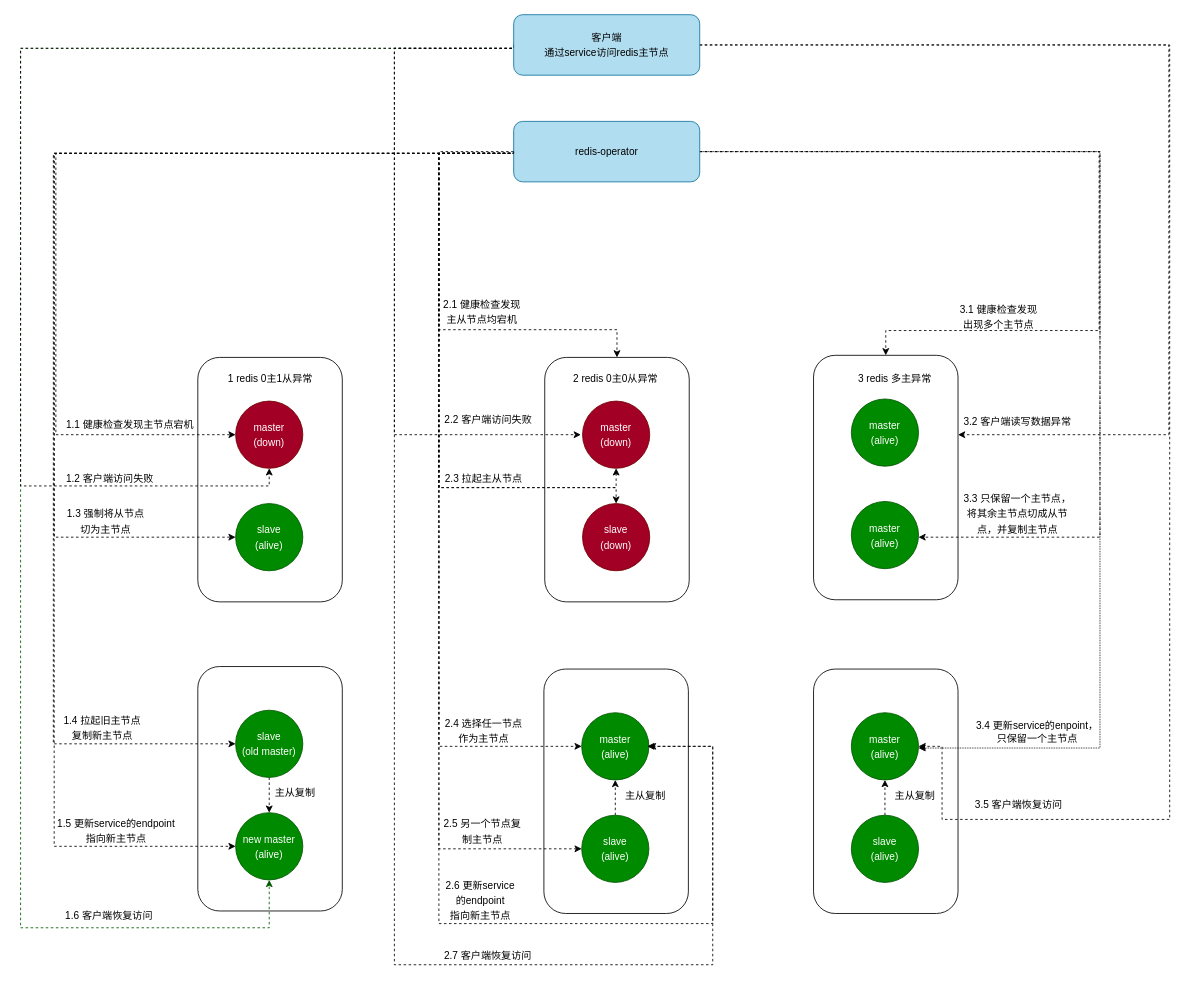
This is diagrams/redis主从版多主0主异常.drawio from fengyinqiao/cloudimg, a draw.io file, before an edit. Source tidied: cells renumbered, new cells numbered last; positions are measured from the earlier drawing's top-left corner, leaving out a move shared by most shapes. Both pictures are drawn from the tidied source at 84%, with x=0, y=0 at pixel (20, 14).
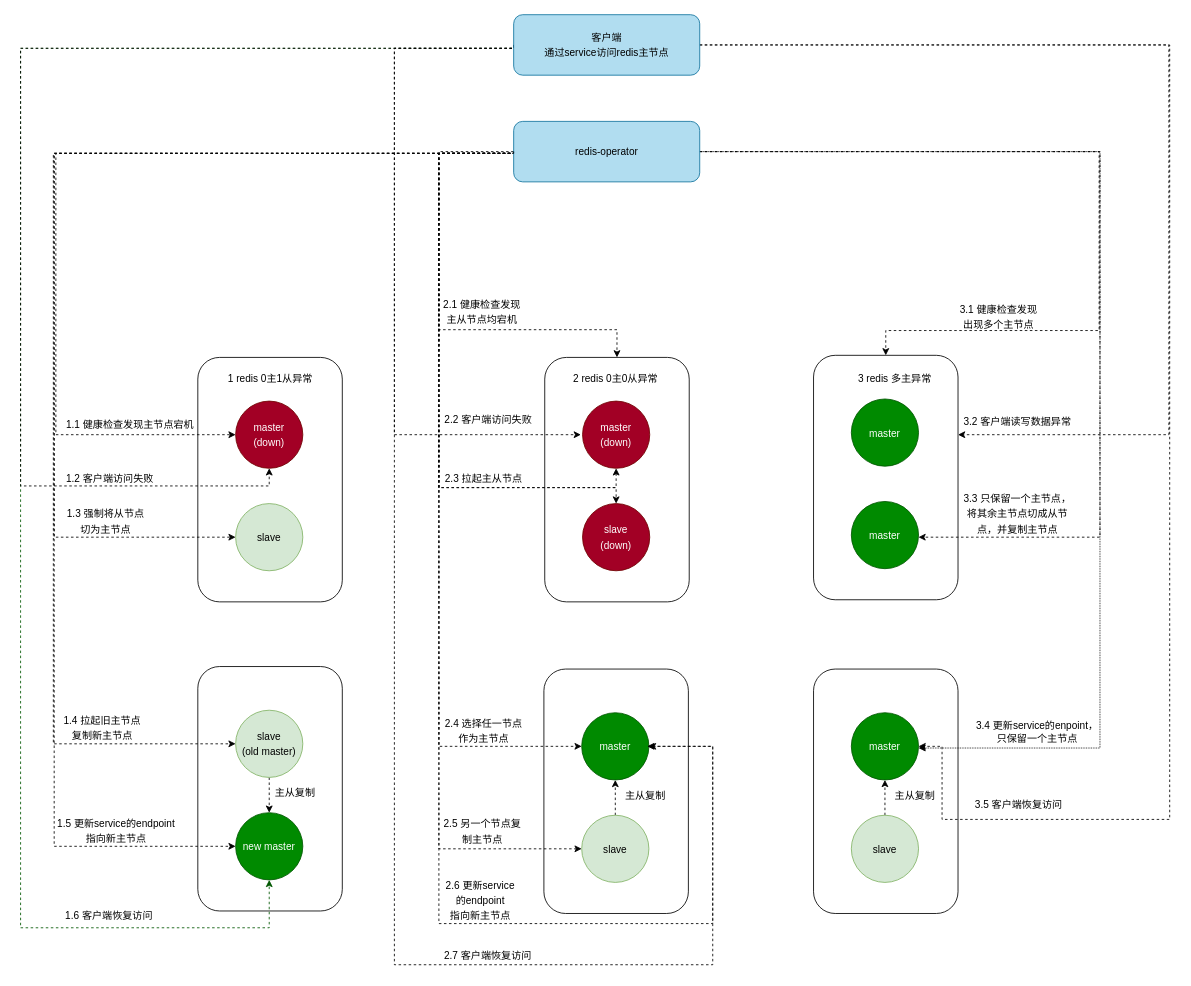
The same diagram, later.

Commit message:
更新redis主从版多主0主异常.drawio

Change to the diagram source:
```diff
@@
-    <mxCell id="16" value="&lt;p style=&quot;line-height: 150%;&quot;&gt;slave&lt;br&gt;(alive)&lt;/p&gt;" style="ellipse;whiteSpace=wrap;html=1;fillColor=#008a00;fontColor=#ffffff;strokeColor=#005700;" parent="1" vertex="1">
+    <mxCell id="16" value="&lt;p style=&quot;line-height: 150%;&quot;&gt;slave&lt;br&gt;&lt;/p&gt;" style="ellipse;whiteSpace=wrap;html=1;fillColor=#d5e8d4;strokeColor=#82b366;" parent="1" vertex="1">
       <mxGeometry x="256" y="582" width="80" height="80" as="geometry" />
     </mxCell>
@@
-    <mxCell id="18" value="&lt;p style=&quot;line-height: 150%;&quot;&gt;master&lt;br&gt;(alive)&lt;/p&gt;" style="ellipse;whiteSpace=wrap;html=1;fillColor=#008a00;fontColor=#ffffff;strokeColor=#005700;" parent="1" vertex="1">
+    <mxCell id="18" value="&lt;p style=&quot;line-height: 150%;&quot;&gt;master&lt;br&gt;&lt;/p&gt;" style="ellipse;whiteSpace=wrap;html=1;fillColor=#008a00;fontColor=#ffffff;strokeColor=#005700;" parent="1" vertex="1">
       <mxGeometry x="989" y="457.5" width="80" height="80" as="geometry" />
     </mxCell>
-    <mxCell id="19" value="&lt;p style=&quot;line-height: 150%;&quot;&gt;master&lt;br&gt;(alive)&lt;/p&gt;" style="ellipse;whiteSpace=wrap;html=1;fillColor=#008a00;fontColor=#ffffff;strokeColor=#005700;" parent="1" vertex="1">
+    <mxCell id="19" value="&lt;p style=&quot;line-height: 150%;&quot;&gt;master&lt;br&gt;&lt;/p&gt;" style="ellipse;whiteSpace=wrap;html=1;fillColor=#008a00;fontColor=#ffffff;strokeColor=#005700;" parent="1" vertex="1">
       <mxGeometry x="989" y="579.5" width="80" height="80" as="geometry" />
     </mxCell>
@@
-    <mxCell id="25" value="&lt;p style=&quot;line-height: 150%;&quot;&gt;slave&lt;br&gt;(old master)&lt;/p&gt;" style="ellipse;whiteSpace=wrap;html=1;fillColor=#008a00;fontColor=#ffffff;strokeColor=#005700;" parent="1" vertex="1">
+    <mxCell id="25" value="&lt;p style=&quot;line-height: 150%;&quot;&gt;slave&lt;br&gt;(old master)&lt;/p&gt;" style="ellipse;whiteSpace=wrap;html=1;fillColor=#d5e8d4;strokeColor=#82b366;" parent="1" vertex="1">
       <mxGeometry x="256" y="828" width="80" height="80" as="geometry" />
     </mxCell>
-    <mxCell id="26" value="&lt;p style=&quot;line-height: 150%;&quot;&gt;new master&lt;br&gt;(alive)&lt;/p&gt;" style="ellipse;whiteSpace=wrap;html=1;fillColor=#008a00;fontColor=#ffffff;strokeColor=#005700;" parent="1" vertex="1">
+    <mxCell id="26" value="&lt;p style=&quot;line-height: 150%;&quot;&gt;new master&lt;br&gt;&lt;/p&gt;" style="ellipse;whiteSpace=wrap;html=1;fillColor=#008a00;fontColor=#ffffff;strokeColor=#005700;" parent="1" vertex="1">
       <mxGeometry x="256" y="950" width="80" height="80" as="geometry" />
     </mxCell>
@@
-    <mxCell id="28" value="&lt;p style=&quot;line-height: 150%;&quot;&gt;master&lt;br&gt;(alive)&lt;/p&gt;" style="ellipse;whiteSpace=wrap;html=1;fillColor=#008a00;fontColor=#ffffff;strokeColor=#005700;" parent="1" vertex="1">
+    <mxCell id="28" value="&lt;p style=&quot;line-height: 150%;&quot;&gt;master&lt;br&gt;&lt;/p&gt;" style="ellipse;whiteSpace=wrap;html=1;fillColor=#008a00;fontColor=#ffffff;strokeColor=#005700;" parent="1" vertex="1">
       <mxGeometry x="668" y="831" width="80" height="80" as="geometry" />
     </mxCell>
@@
-    <mxCell id="30" value="&lt;p style=&quot;line-height: 150%;&quot;&gt;slave&lt;br&gt;(alive)&lt;/p&gt;" style="ellipse;whiteSpace=wrap;html=1;fillColor=#008a00;fontColor=#ffffff;strokeColor=#005700;" parent="1" vertex="1">
+    <mxCell id="30" value="&lt;p style=&quot;line-height: 150%;&quot;&gt;slave&lt;br&gt;&lt;/p&gt;" style="ellipse;whiteSpace=wrap;html=1;fillColor=#d5e8d4;strokeColor=#82b366;" parent="1" vertex="1">
       <mxGeometry x="668" y="953" width="80" height="80" as="geometry" />
     </mxCell>
@@
-    <mxCell id="32" value="&lt;p style=&quot;line-height: 150%;&quot;&gt;master&lt;br&gt;(alive)&lt;/p&gt;" style="ellipse;whiteSpace=wrap;html=1;fillColor=#008a00;fontColor=#ffffff;strokeColor=#005700;" parent="1" vertex="1">
+    <mxCell id="32" value="&lt;p style=&quot;line-height: 150%;&quot;&gt;master&lt;br&gt;&lt;/p&gt;" style="ellipse;whiteSpace=wrap;html=1;fillColor=#008a00;fontColor=#ffffff;strokeColor=#005700;" parent="1" vertex="1">
       <mxGeometry x="989" y="831" width="80" height="80" as="geometry" />
     </mxCell>
@@
-    <mxCell id="34" value="&lt;p style=&quot;line-height: 150%;&quot;&gt;slave&lt;br&gt;(alive)&lt;/p&gt;" style="ellipse;whiteSpace=wrap;html=1;fillColor=#008a00;fontColor=#ffffff;strokeColor=#005700;" parent="1" vertex="1">
+    <mxCell id="34" value="&lt;p style=&quot;line-height: 150%;&quot;&gt;slave&lt;br&gt;&lt;/p&gt;" style="ellipse;whiteSpace=wrap;html=1;fillColor=#d5e8d4;strokeColor=#82b366;" parent="1" vertex="1">
       <mxGeometry x="989" y="953" width="80" height="80" as="geometry" />
     </mxCell>
```
